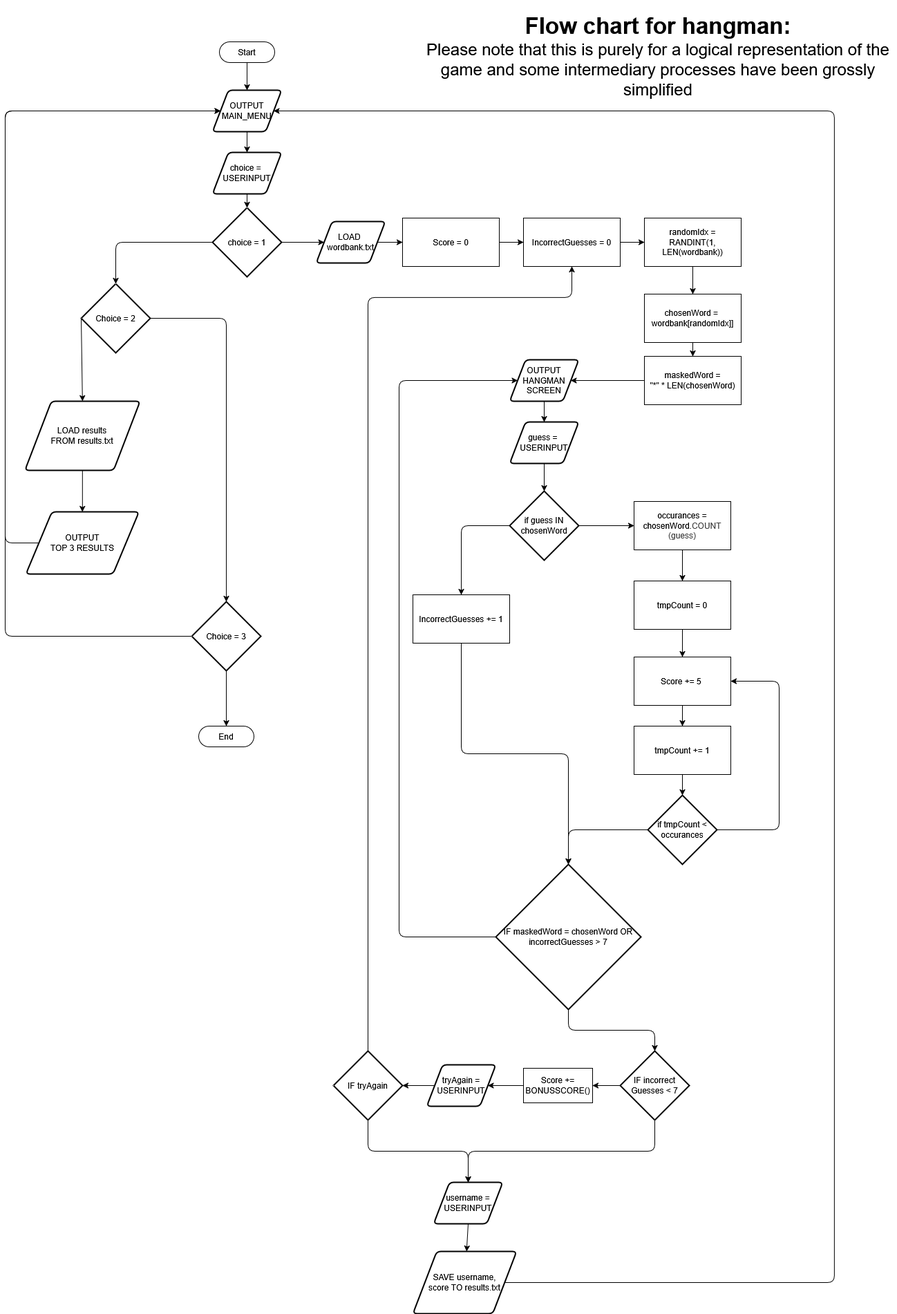
Before: flowchart.png, a diagram exported from draw.io (a-INTeger/Hangman-project). Source tidied: cells renumbered, new cells last; positions are measured from the earlier drawing's top-left corner, leaving out a move shared by most shapes.
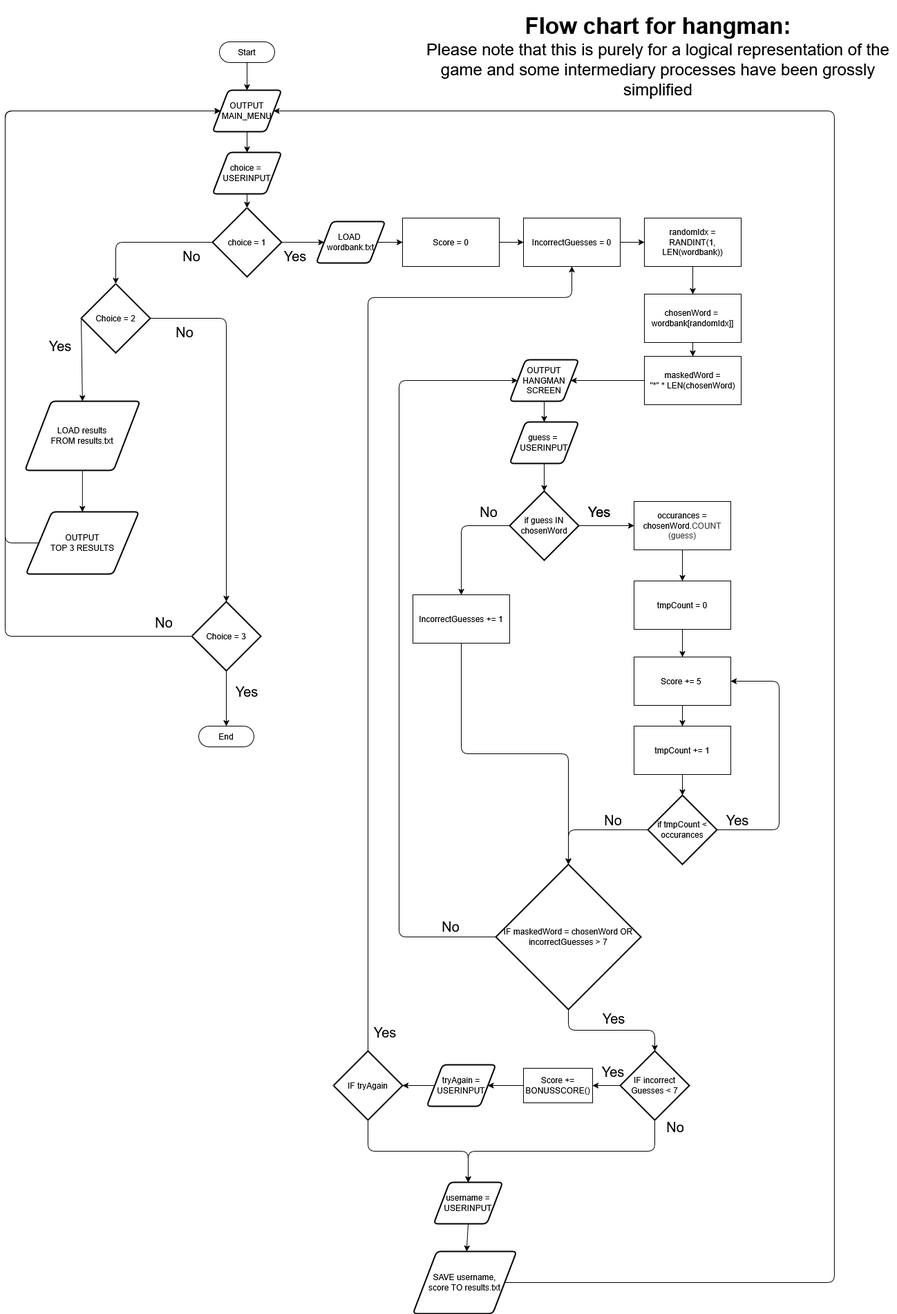
The same file after the commit.

Diff of the diagram source:
```diff
@@ -242,5 +242,53 @@
     <mxCell id="71" value="&lt;font style=&quot;&quot;&gt;&lt;b style=&quot;&quot;&gt;&lt;font style=&quot;font-size: 33px;&quot;&gt;Flow chart for hangman:&lt;/font&gt;&lt;/b&gt;&lt;br&gt;&lt;span style=&quot;font-size: 24px;&quot;&gt;Please note that this is purely for a logical representation of the game and some intermediary processes have been grossly simplified&lt;/span&gt;&lt;/font&gt;" style="text;strokeColor=none;align=center;fillColor=none;html=1;verticalAlign=middle;whiteSpace=wrap;rounded=0;" parent="1" vertex="1">
       <mxGeometry x="600" width="690" height="160" as="geometry" />
     </mxCell>
+    <mxCell id="72" value="&lt;font style=&quot;font-size: 20px;&quot;&gt;Yes&lt;/font&gt;" style="text;html=1;align=center;verticalAlign=middle;whiteSpace=wrap;rounded=0;" parent="1" vertex="1">
+      <mxGeometry x="400" y="360" width="40" height="20" as="geometry" />
+    </mxCell>
+    <mxCell id="73" value="&lt;font style=&quot;font-size: 20px;&quot;&gt;Yes&lt;/font&gt;" style="text;html=1;align=center;verticalAlign=middle;whiteSpace=wrap;rounded=0;" parent="1" vertex="1">
+      <mxGeometry x="840" y="730" width="40" height="20" as="geometry" />
+    </mxCell>
+    <mxCell id="74" value="&lt;font style=&quot;font-size: 20px;&quot;&gt;Yes&lt;/font&gt;" style="text;html=1;align=center;verticalAlign=middle;whiteSpace=wrap;rounded=0;" parent="1" vertex="1">
+      <mxGeometry x="840" y="730" width="40" height="20" as="geometry" />
+    </mxCell>
+    <mxCell id="75" value="&lt;font style=&quot;font-size: 20px;&quot;&gt;Yes&lt;/font&gt;" style="text;html=1;align=center;verticalAlign=middle;whiteSpace=wrap;rounded=0;" parent="1" vertex="1">
+      <mxGeometry x="1040" y="1176" width="40" height="20" as="geometry" />
+    </mxCell>
+    <mxCell id="76" value="&lt;font style=&quot;font-size: 20px;&quot;&gt;Yes&lt;/font&gt;" style="text;html=1;align=center;verticalAlign=middle;whiteSpace=wrap;rounded=0;" parent="1" vertex="1">
+      <mxGeometry x="861" y="1463" width="40" height="20" as="geometry" />
+    </mxCell>
+    <mxCell id="77" value="&lt;font style=&quot;font-size: 20px;&quot;&gt;Yes&lt;/font&gt;" style="text;html=1;align=center;verticalAlign=middle;whiteSpace=wrap;rounded=0;" parent="1" vertex="1">
+      <mxGeometry x="860" y="1540" width="40" height="20" as="geometry" />
+    </mxCell>
+    <mxCell id="78" value="&lt;font style=&quot;font-size: 20px;&quot;&gt;Yes&lt;/font&gt;" style="text;html=1;align=center;verticalAlign=middle;whiteSpace=wrap;rounded=0;" parent="1" vertex="1">
+      <mxGeometry x="530" y="1483" width="40" height="20" as="geometry" />
+    </mxCell>
+    <mxCell id="79" value="&lt;font style=&quot;font-size: 20px;&quot;&gt;No&lt;/font&gt;" style="text;html=1;align=center;verticalAlign=middle;whiteSpace=wrap;rounded=0;" parent="1" vertex="1">
+      <mxGeometry x="250" y="360" width="40" height="20" as="geometry" />
+    </mxCell>
+    <mxCell id="80" value="&lt;font style=&quot;font-size: 20px;&quot;&gt;Yes&lt;/font&gt;" style="text;html=1;align=center;verticalAlign=middle;whiteSpace=wrap;rounded=0;" parent="1" vertex="1">
+      <mxGeometry x="60" y="490" width="40" height="20" as="geometry" />
+    </mxCell>
+    <mxCell id="81" value="&lt;font style=&quot;font-size: 20px;&quot;&gt;Yes&lt;/font&gt;" style="text;html=1;align=center;verticalAlign=middle;whiteSpace=wrap;rounded=0;" parent="1" vertex="1">
+      <mxGeometry x="330" y="990" width="40" height="20" as="geometry" />
+    </mxCell>
+    <mxCell id="82" value="&lt;font style=&quot;font-size: 20px;&quot;&gt;No&lt;/font&gt;" style="text;html=1;align=center;verticalAlign=middle;whiteSpace=wrap;rounded=0;" parent="1" vertex="1">
+      <mxGeometry x="240" y="470" width="40" height="20" as="geometry" />
+    </mxCell>
+    <mxCell id="83" value="&lt;font style=&quot;font-size: 20px;&quot;&gt;No&lt;/font&gt;" style="text;html=1;align=center;verticalAlign=middle;whiteSpace=wrap;rounded=0;" parent="1" vertex="1">
+      <mxGeometry x="210" y="890" width="40" height="20" as="geometry" />
+    </mxCell>
+    <mxCell id="84" value="&lt;font style=&quot;font-size: 20px;&quot;&gt;No&lt;/font&gt;" style="text;html=1;align=center;verticalAlign=middle;whiteSpace=wrap;rounded=0;" parent="1" vertex="1">
+      <mxGeometry x="680" y="730" width="40" height="20" as="geometry" />
+    </mxCell>
+    <mxCell id="85" value="&lt;font style=&quot;font-size: 20px;&quot;&gt;No&lt;/font&gt;" style="text;html=1;align=center;verticalAlign=middle;whiteSpace=wrap;rounded=0;" parent="1" vertex="1">
+      <mxGeometry x="860" y="1176" width="40" height="20" as="geometry" />
+    </mxCell>
+    <mxCell id="86" value="&lt;font style=&quot;font-size: 20px;&quot;&gt;No&lt;/font&gt;" style="text;html=1;align=center;verticalAlign=middle;whiteSpace=wrap;rounded=0;" parent="1" vertex="1">
+      <mxGeometry x="625" y="1330" width="40" height="20" as="geometry" />
+    </mxCell>
+    <mxCell id="87" value="&lt;font style=&quot;font-size: 20px;&quot;&gt;No&lt;/font&gt;" style="text;html=1;align=center;verticalAlign=middle;whiteSpace=wrap;rounded=0;" parent="1" vertex="1">
+      <mxGeometry x="950" y="1620" width="40" height="20" as="geometry" />
+    </mxCell>
   </root>
 </mxGraphModel>
```
